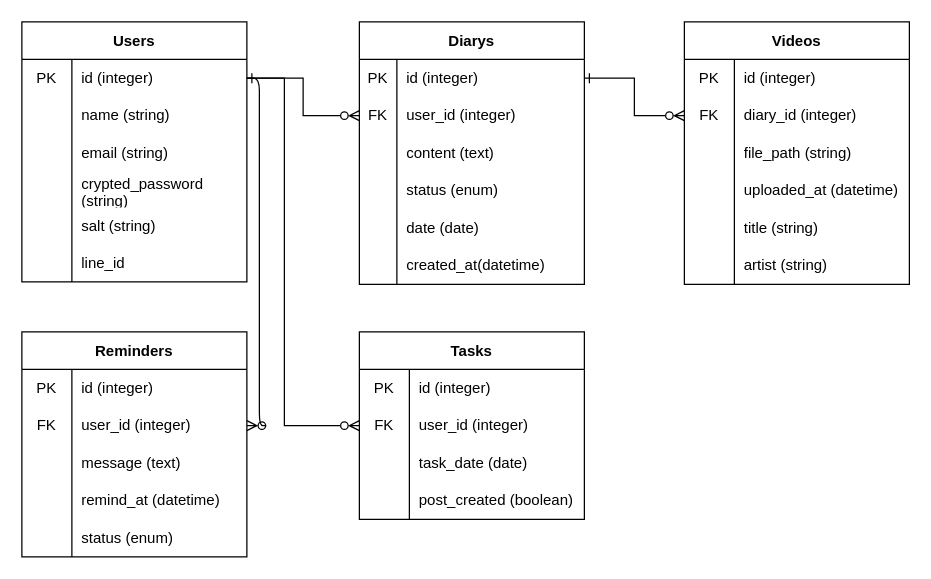
ShimazakiHiromu/development keeps this draw.io diagram as er.drawio. Above is the earlier version. Source tidied: cells renumbered, new cells numbered last; positions are measured from the earlier drawing's top-left corner, leaving out a move shared by most shapes. Both pictures are drawn from the tidied source at 125%, with x=0, y=0 at pixel (21, 21).
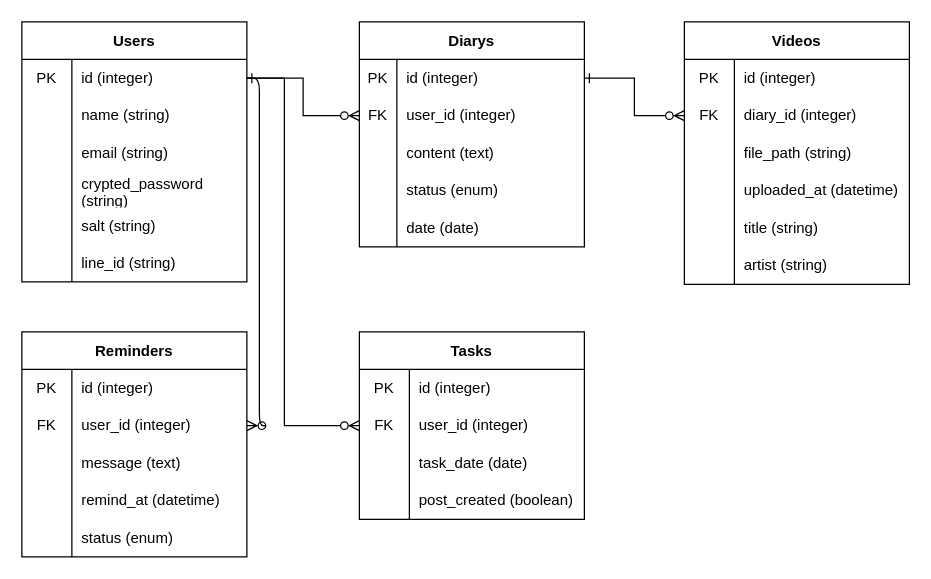
Above is the later version.

Commit message (it also covers changes not shown here):
修正いたしました

The change refers to these unchanged cells:
```xml
<mxCell id="18" style="shape=tableRow;horizontal=0;startSize=0;swimlaneHead=0;swimlaneBody=0;top=0;left=0;bottom=0;right=0;fillColor=none;" parent="2" vertex="1">
  <mxGeometry y="178" width="180" height="30" as="geometry" />
</mxCell>
```

The edit, as a diff of the source:
```diff
@@
-    <mxCell id="20" value="line_id" style="shape=partialRectangle;html=1;whiteSpace=wrap;fillColor=none;top=0;left=0;bottom=0;right=0;align=left;spacingLeft=6;overflow=hidden;" parent="18" vertex="1">
+    <mxCell id="20" value="line_id (string)" style="shape=partialRectangle;html=1;whiteSpace=wrap;fillColor=none;top=0;left=0;bottom=0;right=0;align=left;spacingLeft=6;overflow=hidden;" parent="18" vertex="1">
       <mxGeometry x="40" width="140" height="30" as="geometry" />
     </mxCell>
     <mxCell id="21" value="Diarys" style="shape=table;startSize=30;childLayout=tableLayout;rowLines=0;fontStyle=1;" parent="1" vertex="1">
-      <mxGeometry x="270" width="180" height="210" as="geometry" />
+      <mxGeometry x="270" width="180" height="180" as="geometry" />
     </mxCell>
@@
-    <mxCell id="37" style="shape=tableRow;horizontal=0;startSize=0;swimlaneHead=0;swimlaneBody=0;top=0;left=0;bottom=0;right=0;fillColor=none;" parent="21" vertex="1">
-      <mxGeometry y="180" width="180" height="30" as="geometry" />
-    </mxCell>
-    <mxCell id="38" style="shape=partialRectangle;html=1;whiteSpace=wrap;fillColor=none;top=0;left=0;bottom=0;right=0;overflow=hidden;" parent="37" vertex="1">
-      <mxGeometry width="30" height="30" as="geometry" />
-    </mxCell>
-    <mxCell id="39" value="created_at(datetime)" style="shape=partialRectangle;html=1;whiteSpace=wrap;fillColor=none;top=0;left=0;bottom=0;right=0;align=left;spacingLeft=6;overflow=hidden;" parent="37" vertex="1">
-      <mxGeometry x="30" width="150" height="30" as="geometry" />
-    </mxCell>
```
